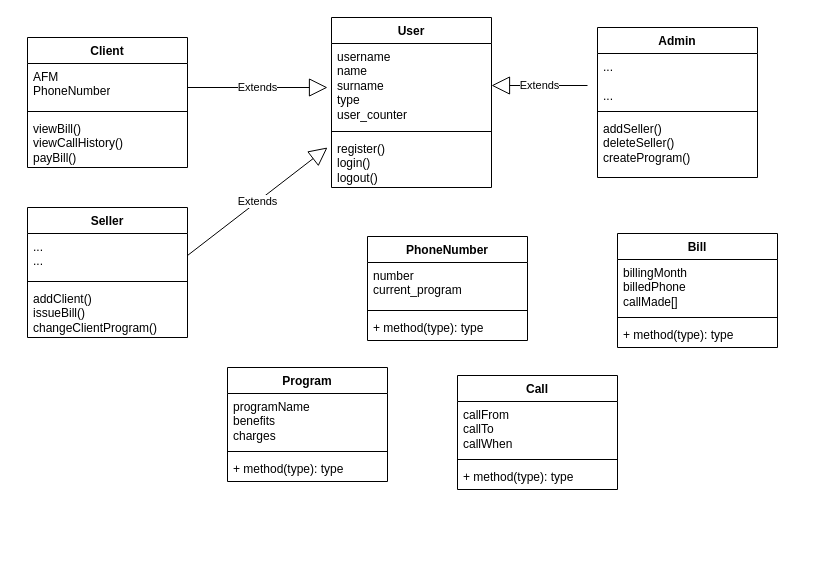
The draw.io diagram Diagram.drawio in dimitry-lzs/webProgramming, before the edit. Source tidied: cells renumbered, new cells numbered last; positions are measured from the earlier drawing's top-left corner, leaving out a move shared by most shapes. Both pictures are drawn from the tidied source at 100%, with x=0, y=0 at pixel (27, 17).
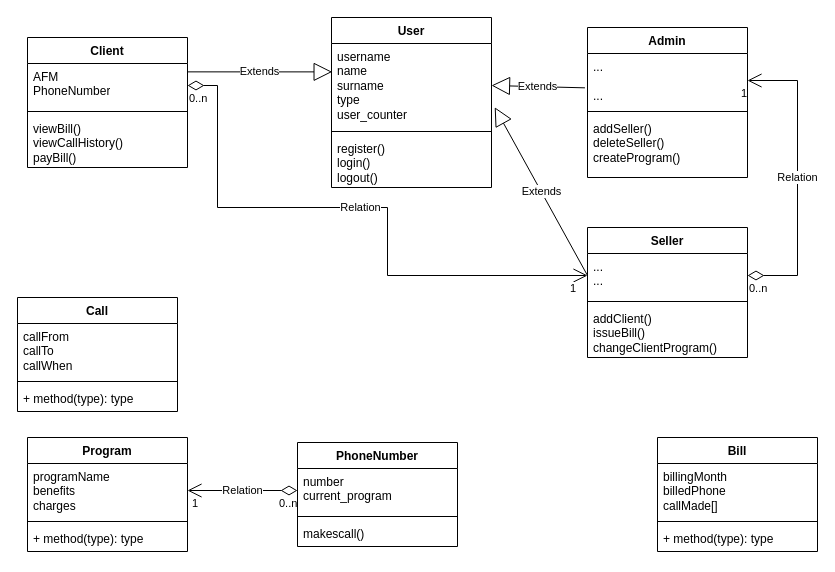
After the change.

The change refers to these unchanged cells:
```xml
<mxCell id="3" value="username&lt;div&gt;name&lt;/div&gt;&lt;div&gt;surname&lt;/div&gt;&lt;div&gt;type&lt;/div&gt;&lt;div&gt;user_counter&lt;/div&gt;" style="text;strokeColor=none;fillColor=none;align=left;verticalAlign=top;spacingLeft=4;spacingRight=4;overflow=hidden;points=[[0,0.5],[1,0.5]];portConstraint=eastwest;whiteSpace=wrap;html=1;" parent="2" vertex="1">
  <mxGeometry y="26" width="160" height="84" as="geometry" />
</mxCell>
<mxCell id="7" value="...&lt;div&gt;&lt;br&gt;&lt;/div&gt;&lt;div&gt;...&lt;/div&gt;" style="text;strokeColor=none;fillColor=none;align=left;verticalAlign=top;spacingLeft=4;spacingRight=4;overflow=hidden;points=[[0,0.5],[1,0.5]];portConstraint=eastwest;whiteSpace=wrap;html=1;" parent="6" vertex="1">
  <mxGeometry y="26" width="160" height="54" as="geometry" />
</mxCell>
<mxCell id="11" value="AFM&lt;div&gt;PhoneNumber&lt;/div&gt;&lt;div&gt;&lt;br&gt;&lt;/div&gt;" style="text;strokeColor=none;fillColor=none;align=left;verticalAlign=top;spacingLeft=4;spacingRight=4;overflow=hidden;points=[[0,0.5],[1,0.5]];portConstraint=eastwest;whiteSpace=wrap;html=1;" parent="10" vertex="1">
  <mxGeometry y="26" width="160" height="44" as="geometry" />
</mxCell>
<mxCell id="15" value="...&lt;div&gt;...&lt;/div&gt;" style="text;strokeColor=none;fillColor=none;align=left;verticalAlign=top;spacingLeft=4;spacingRight=4;overflow=hidden;points=[[0,0.5],[1,0.5]];portConstraint=eastwest;whiteSpace=wrap;html=1;" parent="14" vertex="1">
  <mxGeometry y="26" width="160" height="44" as="geometry" />
</mxCell>
<mxCell id="22" value="&lt;div&gt;number&lt;/div&gt;&lt;div&gt;current_program&lt;/div&gt;" style="text;strokeColor=none;fillColor=none;align=left;verticalAlign=top;spacingLeft=4;spacingRight=4;overflow=hidden;points=[[0,0.5],[1,0.5]];portConstraint=eastwest;whiteSpace=wrap;html=1;" parent="21" vertex="1">
  <mxGeometry y="26" width="160" height="44" as="geometry" />
</mxCell>
<mxCell id="26" value="programName&lt;div&gt;benefits&lt;/div&gt;&lt;div&gt;charges&lt;/div&gt;" style="text;strokeColor=none;fillColor=none;align=left;verticalAlign=top;spacingLeft=4;spacingRight=4;overflow=hidden;points=[[0,0.5],[1,0.5]];portConstraint=eastwest;whiteSpace=wrap;html=1;" parent="25" vertex="1">
  <mxGeometry y="26" width="160" height="54" as="geometry" />
</mxCell>
```

Diff of the diagram source:
```diff
@@
     <mxCell id="6" value="Admin" style="swimlane;fontStyle=1;align=center;verticalAlign=top;horizontal=1;startSize=26;whiteSpace=wrap;html=1;" parent="1" vertex="1">
-      <mxGeometry x="570" y="10" width="160" height="150" as="geometry" />
+      <mxGeometry x="560" y="10" width="160" height="150" as="geometry" />
     </mxCell>
@@
     <mxCell id="14" value="Seller" style="swimlane;fontStyle=1;align=center;verticalAlign=top;horizontal=1;startSize=26;whiteSpace=wrap;html=1;" parent="1" vertex="1">
-      <mxGeometry y="190" width="160" height="130" as="geometry" />
+      <mxGeometry x="560" y="210" width="160" height="130" as="geometry" />
     </mxCell>
@@
-    <mxCell id="18" value="Extends" style="endArrow=block;endSize=16;endFill=0;html=1;rounded=0;" parent="1" edge="1">
-      <mxGeometry relative="1" as="geometry">
-        <mxPoint x="160" y="70" as="sourcePoint" />
-        <mxPoint x="300" y="70" as="targetPoint" />
-      </mxGeometry>
+    <mxCell id="18" value="Extends" style="endArrow=block;endSize=16;endFill=0;html=1;rounded=0;exitX=0.999;exitY=0.19;exitDx=0;exitDy=0;exitPerimeter=0;entryX=0.004;entryY=0.338;entryDx=0;entryDy=0;entryPerimeter=0;" parent="1" edge="1" source="11" target="3">
+      <mxGeometry relative="1" as="geometry" />
     </mxCell>
-    <mxCell id="19" value="Extends" style="endArrow=block;endSize=16;endFill=0;html=1;rounded=0;exitX=1;exitY=0.5;exitDx=0;exitDy=0;" parent="1" edge="1" source="15">
-      <mxGeometry relative="1" as="geometry">
-        <mxPoint x="300" y="130" as="targetPoint" />
-      </mxGeometry>
+    <mxCell id="19" value="Extends" style="endArrow=block;endSize=16;endFill=0;html=1;rounded=0;exitX=0;exitY=0.5;exitDx=0;exitDy=0;entryX=1.02;entryY=0.759;entryDx=0;entryDy=0;entryPerimeter=0;" parent="1" edge="1" source="15" target="3">
+      <mxGeometry relative="1" as="geometry" />
     </mxCell>
-    <mxCell id="20" value="Extends" style="endArrow=block;endSize=16;endFill=0;html=1;rounded=0;entryX=1;entryY=0.5;entryDx=0;entryDy=0;" parent="1" edge="1" target="3">
-      <mxGeometry relative="1" as="geometry">
-        <mxPoint x="560" y="68" as="sourcePoint" />
-      </mxGeometry>
+    <mxCell id="20" value="Extends" style="endArrow=block;endSize=16;endFill=0;html=1;rounded=0;entryX=1;entryY=0.5;entryDx=0;entryDy=0;exitX=-0.016;exitY=0.636;exitDx=0;exitDy=0;exitPerimeter=0;" parent="1" edge="1" source="7" target="3">
+      <mxGeometry relative="1" as="geometry" />
     </mxCell>
     <mxCell id="21" value="PhoneNumber" style="swimlane;fontStyle=1;align=center;verticalAlign=top;horizontal=1;startSize=26;whiteSpace=wrap;html=1;" parent="1" vertex="1">
-      <mxGeometry x="340" y="219" width="160" height="104" as="geometry" />
+      <mxGeometry x="270" y="425" width="160" height="104" as="geometry" />
     </mxCell>
@@
-    <mxCell id="24" value="+ method(type): type" style="text;strokeColor=none;fillColor=none;align=left;verticalAlign=top;spacingLeft=4;spacingRight=4;overflow=hidden;whiteSpace=wrap;html=1;" parent="21" vertex="1">
+    <mxCell id="24" value="makescall()" style="text;strokeColor=none;fillColor=none;align=left;verticalAlign=top;spacingLeft=4;spacingRight=4;overflow=hidden;whiteSpace=wrap;html=1;" parent="21" vertex="1">
       <mxGeometry y="78" width="160" height="26" as="geometry" />
     </mxCell>
     <mxCell id="25" value="Program" style="swimlane;fontStyle=1;align=center;verticalAlign=top;horizontal=1;startSize=26;whiteSpace=wrap;html=1;" parent="1" vertex="1">
-      <mxGeometry x="200" y="350" width="160" height="114" as="geometry" />
+      <mxGeometry y="420" width="160" height="114" as="geometry" />
     </mxCell>
@@
     <mxCell id="29" value="Call" style="swimlane;fontStyle=1;align=center;verticalAlign=top;horizontal=1;startSize=26;whiteSpace=wrap;html=1;" parent="1" vertex="1">
-      <mxGeometry x="430" y="358" width="160" height="114" as="geometry" />
+      <mxGeometry x="-10" y="280" width="160" height="114" as="geometry" />
     </mxCell>
@@
     <mxCell id="33" value="Bill" style="swimlane;fontStyle=1;align=center;verticalAlign=top;horizontal=1;startSize=26;whiteSpace=wrap;html=1;" parent="1" vertex="1">
-      <mxGeometry x="590" y="216" width="160" height="114" as="geometry" />
+      <mxGeometry x="630" y="420" width="160" height="114" as="geometry" />
     </mxCell>
@@
+    <mxCell id="37" value="Relation" style="endArrow=open;html=1;endSize=12;startArrow=diamondThin;startSize=14;startFill=0;edgeStyle=orthogonalEdgeStyle;rounded=0;exitX=1;exitY=0.5;exitDx=0;exitDy=0;entryX=1;entryY=0.5;entryDx=0;entryDy=0;" parent="1" edge="1" source="15" target="7">
+      <mxGeometry relative="1" as="geometry">
+        <Array as="points">
+          <mxPoint x="770" y="258" />
+          <mxPoint x="770" y="63" />
+        </Array>
+      </mxGeometry>
+    </mxCell>
+    <mxCell id="38" value="0..n" style="edgeLabel;html=1;align=left;verticalAlign=top;" parent="37" vertex="1">
+      <mxGeometry x="-1" relative="1" as="geometry" />
+    </mxCell>
+    <mxCell id="39" value="1" style="edgeLabel;html=1;align=right;verticalAlign=top;" parent="37" vertex="1">
+      <mxGeometry x="1" relative="1" as="geometry" />
+    </mxCell>
+    <mxCell id="40" value="Relation" style="endArrow=open;html=1;endSize=12;startArrow=diamondThin;startSize=14;startFill=0;edgeStyle=orthogonalEdgeStyle;rounded=0;exitX=1;exitY=0.5;exitDx=0;exitDy=0;entryX=0;entryY=0.5;entryDx=0;entryDy=0;" parent="1" edge="1" source="11" target="15">
+      <mxGeometry relative="1" as="geometry">
+        <Array as="points">
+          <mxPoint x="190" y="68" />
+          <mxPoint x="190" y="190" />
+          <mxPoint x="360" y="190" />
+          <mxPoint x="360" y="258" />
+        </Array>
+      </mxGeometry>
+    </mxCell>
+    <mxCell id="41" value="0..n" style="edgeLabel;html=1;align=left;verticalAlign=top;" parent="40" vertex="1">
+      <mxGeometry x="-1" relative="1" as="geometry" />
+    </mxCell>
+    <mxCell id="42" value="1" style="edgeLabel;html=1;align=right;verticalAlign=top;" parent="40" vertex="1">
+      <mxGeometry x="1" relative="1" as="geometry">
+        <mxPoint x="-11" as="offset" />
+      </mxGeometry>
+    </mxCell>
+    <mxCell id="43" value="Relation" style="endArrow=open;html=1;endSize=12;startArrow=diamondThin;startSize=14;startFill=0;edgeStyle=orthogonalEdgeStyle;rounded=0;exitX=0;exitY=0.5;exitDx=0;exitDy=0;entryX=1;entryY=0.5;entryDx=0;entryDy=0;" parent="1" edge="1" source="22" target="26">
+      <mxGeometry relative="1" as="geometry" />
+    </mxCell>
+    <mxCell id="44" value="0..n" style="edgeLabel;html=1;align=left;verticalAlign=top;" parent="43" vertex="1">
+      <mxGeometry x="-1" relative="1" as="geometry">
+        <mxPoint x="-20" as="offset" />
+      </mxGeometry>
+    </mxCell>
+    <mxCell id="45" value="1" style="edgeLabel;html=1;align=right;verticalAlign=top;" parent="43" vertex="1">
+      <mxGeometry x="1" relative="1" as="geometry">
+        <mxPoint x="11" as="offset" />
+      </mxGeometry>
+    </mxCell>
```
